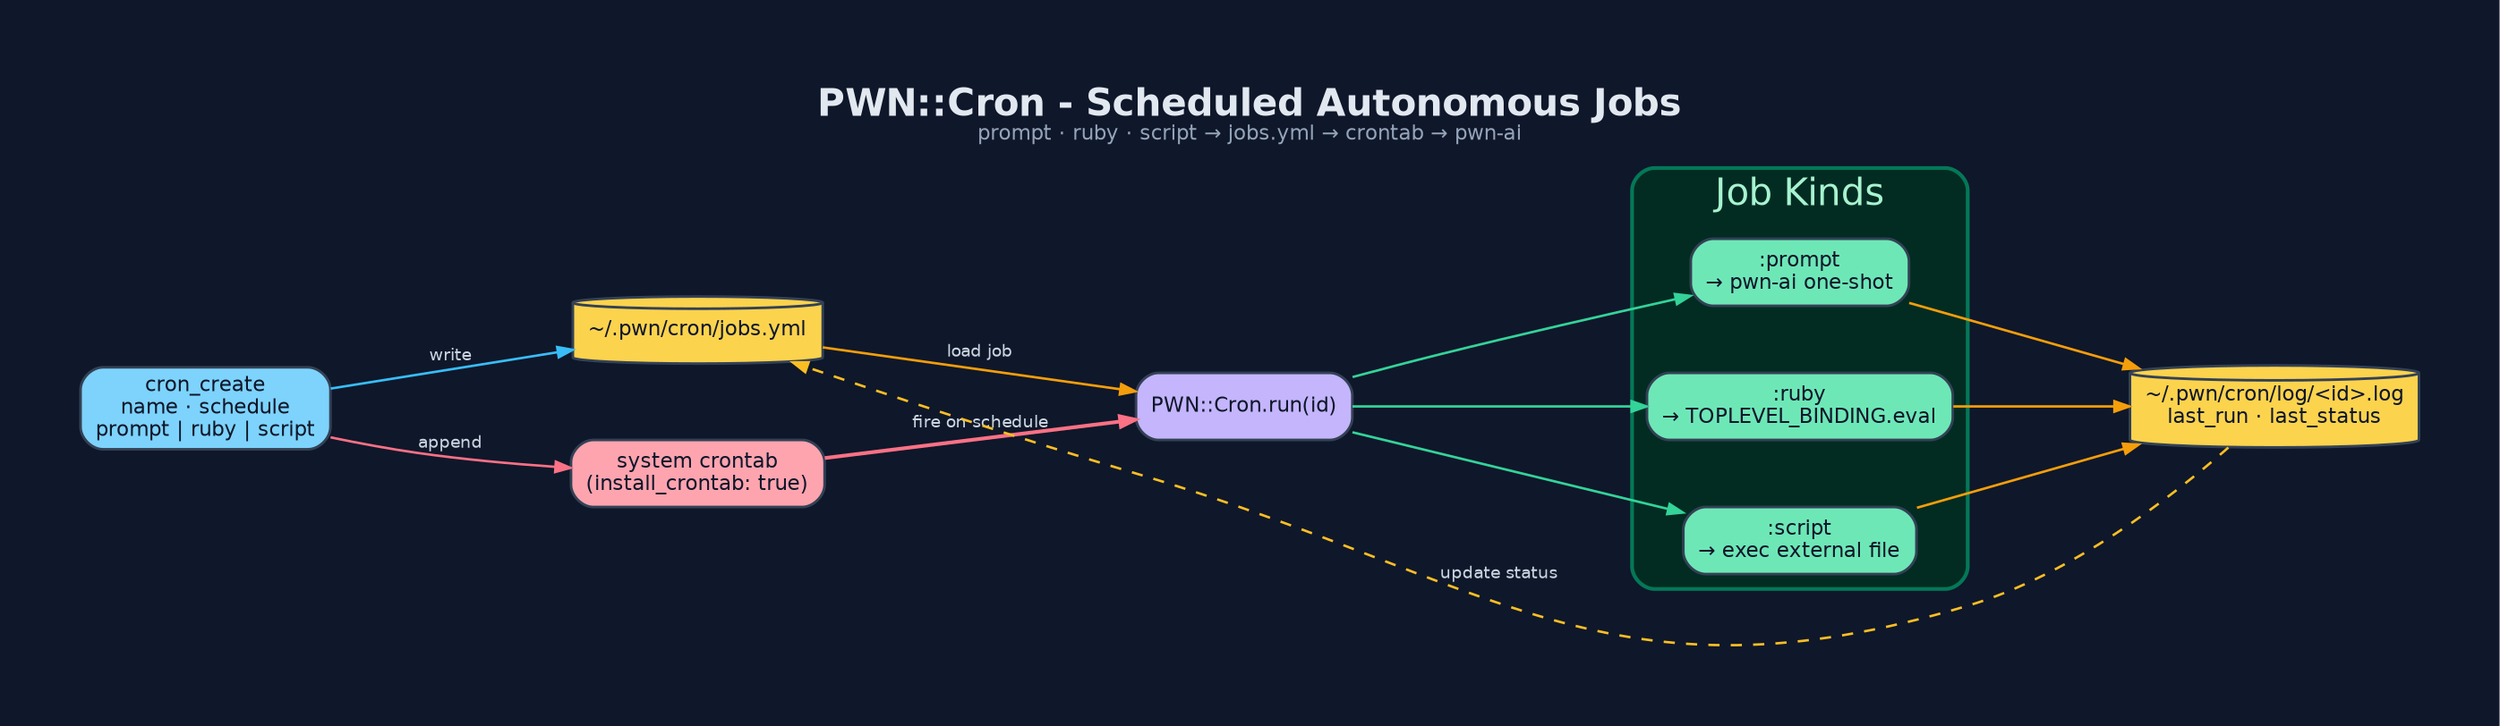
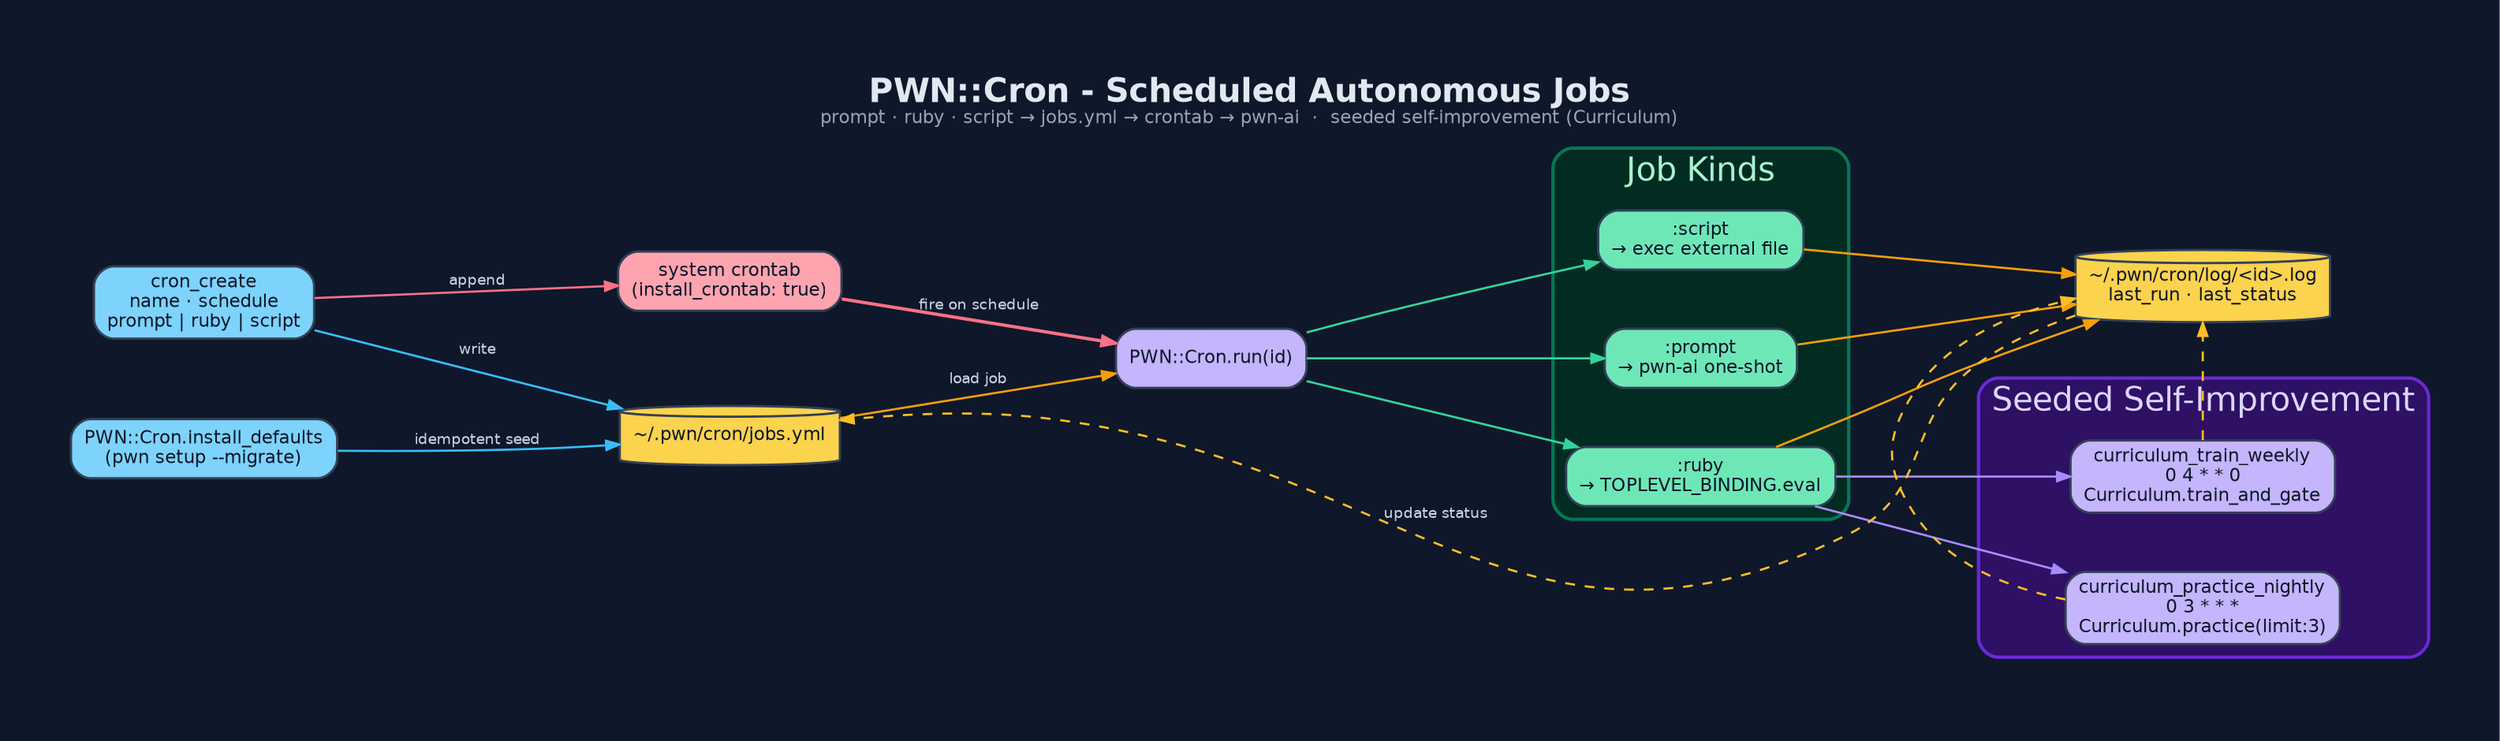
digraph "PWN_Cron" {
  graph [
-     label=<<B>PWN::Cron - Scheduled Autonomous Jobs</B><BR/><FONT POINT-SIZE="11" COLOR="#94a3b8">prompt · ruby · script → jobs.yml → crontab → pwn-ai</FONT>>,
+     label=<<B>PWN::Cron - Scheduled Autonomous Jobs</B><BR/><FONT POINT-SIZE="11" COLOR="#94a3b8">prompt · ruby · script → jobs.yml → crontab → pwn-ai  ·  seeded self-improvement (Curriculum)</FONT>>,
    labelloc=t, fontsize=20, fontname="Helvetica",
    rankdir=LR, splines=spline, nodesep=0.5, ranksep=1.3,
    bgcolor="#0f172a", fontcolor="#e2e8f0", pad=0.6, newrank=true
  ];
  node [fontname="Helvetica", fontsize=11, style="filled,rounded",
        shape=box, penwidth=1.4, color="#334155", fontcolor="#0f172a"];
  edge [fontname="Helvetica", fontsize=9, color="#94a3b8",
        fontcolor="#cbd5e1", penwidth=1.3, arrowsize=0.8];

-   Create [label="cron_create\nname · schedule\nprompt | ruby | script", fillcolor="#7dd3fc"];
-   Jobs   [label="~/.pwn/cron/jobs.yml", shape=cylinder, fillcolor="#fcd34d"];
-   Crontab[label="system crontab\n(install_crontab: true)", fillcolor="#fda4af"];
-   Runner [label="PWN::Cron.run(id)", fillcolor="#c4b5fd"];
+   Create  [label="cron_create\nname · schedule\nprompt | ruby | script", fillcolor="#7dd3fc"];
+   Seed    [label="PWN::Cron.install_defaults\n(pwn setup --migrate)", fillcolor="#7dd3fc"];
+   {rank=same; Create; Seed}
+ 
+   Jobs    [label="~/.pwn/cron/jobs.yml", shape=cylinder, fillcolor="#fcd34d"];
+   Crontab [label="system crontab\n(install_crontab: true)", fillcolor="#fda4af"];
+   Runner  [label="PWN::Cron.run(id)", fillcolor="#c4b5fd"];

  subgraph cluster_kinds {
    label="Job Kinds"; fontcolor="#a7f3d0"; style=rounded;
    color="#047857"; bgcolor="#022c22"; penwidth=2;
    Prompt [label=":prompt\n→ pwn-ai one-shot", fillcolor="#6ee7b7"];
    Ruby   [label=":ruby\n→ TOPLEVEL_BINDING.eval", fillcolor="#6ee7b7"];
    Script [label=":script\n→ exec external file", fillcolor="#6ee7b7"];
  }
  {rank=same; Prompt; Ruby; Script}

+   subgraph cluster_seed {
+     label="Seeded Self-Improvement"; fontcolor="#ddd6fe"; style=rounded;
+     color="#6d28d9"; bgcolor="#2e1065"; penwidth=2;
+     Practice [label="curriculum_practice_nightly\n0 3 * * *\nCurriculum.practice(limit:3)", fillcolor="#c4b5fd"];
+     Train    [label="curriculum_train_weekly\n0 4 * * 0\nCurriculum.train_and_gate", fillcolor="#c4b5fd"];
+   }
+   {rank=same; Practice; Train}
+ 
  Log [label="~/.pwn/cron/log/<id>.log\nlast_run · last_status", shape=cylinder, fillcolor="#fcd34d"];

  Create  -> Jobs    [label="write", color="#38bdf8"];
+   Seed    -> Jobs    [label="idempotent seed", color="#38bdf8"];
  Create  -> Crontab [label="append", color="#fb7185"];
  Crontab -> Runner  [label="fire on schedule", color="#fb7185", penwidth=2];
  Jobs    -> Runner  [label="load job", color="#f59e0b"];
  Runner  -> Prompt  [color="#34d399"];
  Runner  -> Ruby    [color="#34d399"];
  Runner  -> Script  [color="#34d399"];
-   Prompt  -> Log     [color="#f59e0b"];
-   Ruby    -> Log     [color="#f59e0b"];
-   Script  -> Log     [color="#f59e0b"];
-   Log     -> Jobs    [label="update status", style=dashed, color="#fbbf24", constraint=false];
+   Ruby    -> Practice [color="#a78bfa"];
+   Ruby    -> Train    [color="#a78bfa"];
+   Prompt  -> Log [color="#f59e0b"];
+   Ruby    -> Log [color="#f59e0b"];
+   Script  -> Log [color="#f59e0b"];
+   Log     -> Jobs [label="update status", style=dashed, color="#fbbf24", constraint=false];
+   Practice -> Log [style=dashed, color="#fbbf24", constraint=false];
+   Train    -> Log [style=dashed, color="#fbbf24", constraint=false];
}
